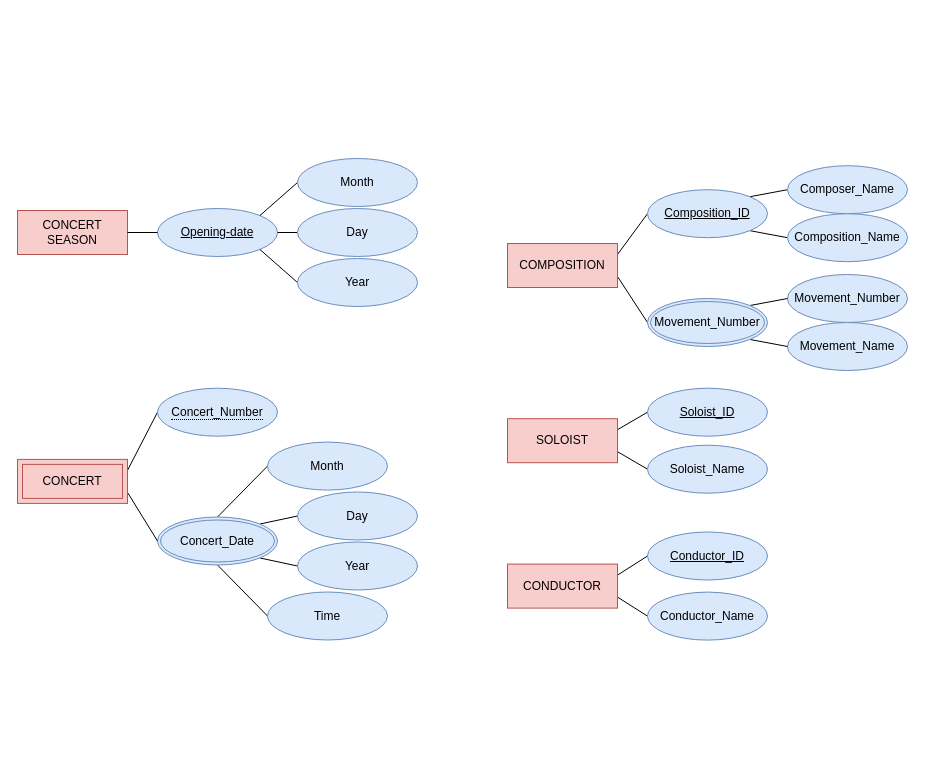
alicejimmy/2022-Bioinformatics-and-Medical-Databases-HW keeps this draw.io diagram as page "交響樂團資料庫2" (2 of 4) of HW1/HW1.drawio. Above is the earlier version. Source tidied: cells renumbered, new cells numbered last; positions are measured from the earlier drawing's top-left corner, leaving out a move shared by most shapes. Both pictures are drawn from the tidied source at 100%, with x=0, y=0 at pixel (17, 158).
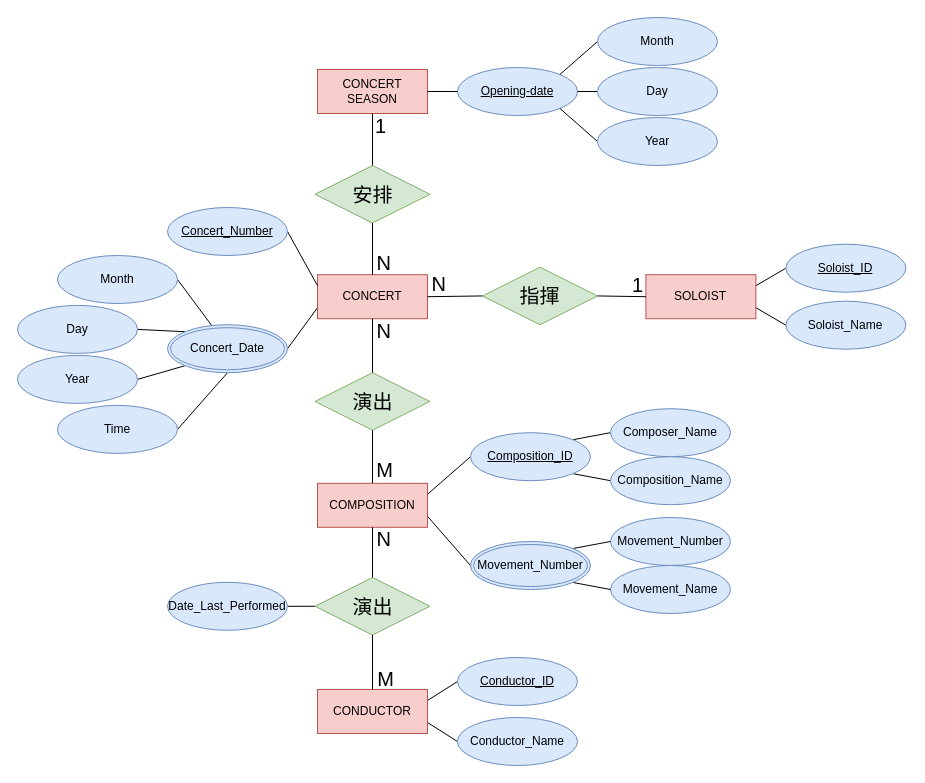
The same page after the edit.

What changed in the source:
```diff
@@
     <mxCell id="2" value="CONCERT SEASON" style="whiteSpace=wrap;html=1;align=center;fillColor=#f8cecc;strokeColor=#b85450;" parent="1" vertex="1">
-      <mxGeometry y="52" width="110" height="44" as="geometry" />
+      <mxGeometry x="300" y="-89" width="110" height="44" as="geometry" />
     </mxCell>
@@
     <mxCell id="5" value="COMPOSITION" style="whiteSpace=wrap;html=1;align=center;fillColor=#f8cecc;strokeColor=#b85450;" parent="1" vertex="1">
-      <mxGeometry x="490" y="85" width="110" height="44" as="geometry" />
+      <mxGeometry x="300" y="324.8" width="110" height="44" as="geometry" />
     </mxCell>
@@
     <mxCell id="8" value="CONDUCTOR" style="whiteSpace=wrap;html=1;align=center;fillColor=#f8cecc;strokeColor=#b85450;" parent="1" vertex="1">
-      <mxGeometry x="490" y="405.6" width="110" height="44" as="geometry" />
+      <mxGeometry x="300" y="531" width="110" height="44" as="geometry" />
     </mxCell>
@@
     <mxCell id="11" value="SOLOIST" style="whiteSpace=wrap;html=1;align=center;fillColor=#f8cecc;strokeColor=#b85450;" parent="1" vertex="1">
-      <mxGeometry x="490" y="260.2" width="110" height="44" as="geometry" />
+      <mxGeometry x="628.4" y="116.2" width="110" height="44" as="geometry" />
     </mxCell>
     <mxCell id="12" value="Opening-date" style="ellipse;whiteSpace=wrap;html=1;align=center;fontStyle=4;labelBackgroundColor=none;fillColor=#dae8fc;strokeColor=#6c8ebf;shadow=0;sketch=0;" parent="1" vertex="1">
-      <mxGeometry x="140" y="50" width="120" height="48" as="geometry" />
+      <mxGeometry x="440" y="-91" width="120" height="48" as="geometry" />
     </mxCell>
@@
     <mxCell id="14" value="Month" style="ellipse;whiteSpace=wrap;html=1;align=center;labelBackgroundColor=none;fillColor=#dae8fc;strokeColor=#6c8ebf;shadow=0;sketch=0;" parent="1" vertex="1">
-      <mxGeometry x="280" width="120" height="48" as="geometry" />
+      <mxGeometry x="580" y="-141" width="120" height="48" as="geometry" />
     </mxCell>
@@
     <mxCell id="16" value="Day" style="ellipse;whiteSpace=wrap;html=1;align=center;labelBackgroundColor=none;fillColor=#dae8fc;strokeColor=#6c8ebf;shadow=0;sketch=0;" parent="1" vertex="1">
-      <mxGeometry x="280" y="50" width="120" height="48" as="geometry" />
+      <mxGeometry x="580" y="-91" width="120" height="48" as="geometry" />
     </mxCell>
@@
     <mxCell id="18" value="Year" style="ellipse;whiteSpace=wrap;html=1;align=center;labelBackgroundColor=none;fillColor=#dae8fc;strokeColor=#6c8ebf;shadow=0;sketch=0;" parent="1" vertex="1">
-      <mxGeometry x="280" y="100" width="120" height="48" as="geometry" />
+      <mxGeometry x="580" y="-41" width="120" height="48" as="geometry" />
     </mxCell>
-    <mxCell id="19" style="edgeStyle=none;rounded=0;jettySize=auto;html=1;exitX=0;exitY=0.5;exitDx=0;exitDy=0;entryX=0.5;entryY=0;entryDx=0;entryDy=0;endArrow=none;endFill=0;" parent="1" edge="1" source="20" target="27">
-      <mxGeometry relative="1" as="geometry" />
-    </mxCell>
-    <mxCell id="20" value="Month" style="ellipse;whiteSpace=wrap;html=1;align=center;labelBackgroundColor=none;fillColor=#dae8fc;strokeColor=#6c8ebf;shadow=0;sketch=0;" parent="1" vertex="1">
-      <mxGeometry x="250" y="283.6" width="120" height="48" as="geometry" />
-    </mxCell>
-    <mxCell id="21" style="edgeStyle=none;rounded=0;jettySize=auto;html=1;exitX=0;exitY=0.5;exitDx=0;exitDy=0;endArrow=none;endFill=0;entryX=1;entryY=0;entryDx=0;entryDy=0;" parent="1" edge="1" source="22" target="27">
-      <mxGeometry relative="1" as="geometry" />
-    </mxCell>
-    <mxCell id="22" value="Day" style="ellipse;whiteSpace=wrap;html=1;align=center;labelBackgroundColor=none;fillColor=#dae8fc;strokeColor=#6c8ebf;shadow=0;sketch=0;" parent="1" vertex="1">
-      <mxGeometry x="280" y="333.5" width="120" height="48" as="geometry" />
-    </mxCell>
-    <mxCell id="23" style="edgeStyle=none;rounded=0;jettySize=auto;html=1;exitX=0;exitY=0.5;exitDx=0;exitDy=0;endArrow=none;endFill=0;entryX=1;entryY=1;entryDx=0;entryDy=0;" parent="1" edge="1" source="24" target="27">
-      <mxGeometry relative="1" as="geometry" />
-    </mxCell>
-    <mxCell id="24" value="Year" style="ellipse;whiteSpace=wrap;html=1;align=center;labelBackgroundColor=none;fillColor=#dae8fc;strokeColor=#6c8ebf;shadow=0;sketch=0;" parent="1" vertex="1">
-      <mxGeometry x="280" y="383.5" width="120" height="48" as="geometry" />
-    </mxCell>
-    <mxCell id="25" style="edgeStyle=none;rounded=0;jettySize=auto;html=1;exitX=0;exitY=0.5;exitDx=0;exitDy=0;entryX=0.5;entryY=1;entryDx=0;entryDy=0;endArrow=none;endFill=0;" parent="1" edge="1" source="26" target="27">
-      <mxGeometry relative="1" as="geometry" />
-    </mxCell>
-    <mxCell id="26" value="Time" style="ellipse;whiteSpace=wrap;html=1;align=center;labelBackgroundColor=none;fillColor=#dae8fc;strokeColor=#6c8ebf;shadow=0;sketch=0;" parent="1" vertex="1">
-      <mxGeometry x="250" y="433.5" width="120" height="48" as="geometry" />
-    </mxCell>
-    <mxCell id="27" value="Concert_Date" style="ellipse;shape=doubleEllipse;margin=3;whiteSpace=wrap;html=1;align=center;labelBackgroundColor=none;fillColor=#dae8fc;strokeColor=#6c8ebf;shadow=0;sketch=0;" parent="1" vertex="1">
-      <mxGeometry x="140" y="358.5" width="120" height="48" as="geometry" />
-    </mxCell>
@@
     <mxCell id="30" value="Composition_ID" style="ellipse;whiteSpace=wrap;html=1;align=center;fontStyle=4;labelBackgroundColor=none;fillColor=#dae8fc;strokeColor=#6c8ebf;shadow=0;sketch=0;" parent="1" vertex="1">
-      <mxGeometry x="630" y="31.2" width="120" height="48" as="geometry" />
+      <mxGeometry x="453" y="274.2" width="120" height="48" as="geometry" />
     </mxCell>
     <mxCell id="31" value="Composer_Name" style="ellipse;whiteSpace=wrap;html=1;align=center;labelBackgroundColor=none;fillColor=#dae8fc;strokeColor=#6c8ebf;shadow=0;sketch=0;" parent="1" vertex="1">
-      <mxGeometry x="770" y="7.2" width="120" height="48" as="geometry" />
+      <mxGeometry x="593" y="250.2" width="120" height="48" as="geometry" />
     </mxCell>
     <mxCell id="32" value="Composition_Name" style="ellipse;whiteSpace=wrap;html=1;align=center;labelBackgroundColor=none;fillColor=#dae8fc;strokeColor=#6c8ebf;shadow=0;sketch=0;" parent="1" vertex="1">
-      <mxGeometry x="770" y="55.2" width="120" height="48" as="geometry" />
+      <mxGeometry x="593" y="298.2" width="120" height="48" as="geometry" />
     </mxCell>
     <mxCell id="33" value="Movement_Number" style="ellipse;whiteSpace=wrap;html=1;align=center;labelBackgroundColor=none;fillColor=#dae8fc;strokeColor=#6c8ebf;shadow=0;sketch=0;" parent="1" vertex="1">
-      <mxGeometry x="770" y="116" width="120" height="48" as="geometry" />
+      <mxGeometry x="593" y="359" width="120" height="48" as="geometry" />
     </mxCell>
     <mxCell id="34" value="Movement_Name" style="ellipse;whiteSpace=wrap;html=1;align=center;labelBackgroundColor=none;fillColor=#dae8fc;strokeColor=#6c8ebf;shadow=0;sketch=0;" parent="1" vertex="1">
-      <mxGeometry x="770" y="164" width="120" height="48" as="geometry" />
+      <mxGeometry x="593" y="407" width="120" height="48" as="geometry" />
     </mxCell>
@@
     <mxCell id="37" value="Movement_Number" style="ellipse;shape=doubleEllipse;margin=3;whiteSpace=wrap;html=1;align=center;labelBackgroundColor=none;fillColor=#dae8fc;strokeColor=#6c8ebf;shadow=0;sketch=0;" parent="1" vertex="1">
-      <mxGeometry x="630" y="140" width="120" height="48" as="geometry" />
+      <mxGeometry x="453" y="383" width="120" height="48" as="geometry" />
     </mxCell>
     <mxCell id="38" value="Conductor_ID" style="ellipse;whiteSpace=wrap;html=1;align=center;fontStyle=4;labelBackgroundColor=none;fillColor=#dae8fc;strokeColor=#6c8ebf;shadow=0;sketch=0;" parent="1" vertex="1">
-      <mxGeometry x="630" y="373.5" width="120" height="48" as="geometry" />
+      <mxGeometry x="440" y="499" width="120" height="48" as="geometry" />
     </mxCell>
     <mxCell id="39" value="Conductor_Name" style="ellipse;whiteSpace=wrap;html=1;align=center;labelBackgroundColor=none;fillColor=#dae8fc;strokeColor=#6c8ebf;shadow=0;sketch=0;" parent="1" vertex="1">
-      <mxGeometry x="630" y="433.6" width="120" height="48" as="geometry" />
+      <mxGeometry x="440" y="559" width="120" height="48" as="geometry" />
     </mxCell>
     <mxCell id="40" value="Soloist_ID" style="ellipse;whiteSpace=wrap;html=1;align=center;fontStyle=4;labelBackgroundColor=none;fillColor=#dae8fc;strokeColor=#6c8ebf;shadow=0;sketch=0;" parent="1" vertex="1">
-      <mxGeometry x="630" y="229.7" width="120" height="48" as="geometry" />
+      <mxGeometry x="768.4" y="85.7" width="120" height="48" as="geometry" />
     </mxCell>
     <mxCell id="41" value="Soloist_Name" style="ellipse;whiteSpace=wrap;html=1;align=center;labelBackgroundColor=none;fillColor=#dae8fc;strokeColor=#6c8ebf;shadow=0;sketch=0;" parent="1" vertex="1">
-      <mxGeometry x="630" y="286.7" width="120" height="48" as="geometry" />
+      <mxGeometry x="768.4" y="142.7" width="120" height="48" as="geometry" />
     </mxCell>
-    <mxCell id="42" style="edgeStyle=none;rounded=0;jettySize=auto;html=1;exitX=1;exitY=0.25;exitDx=0;exitDy=0;entryX=0;entryY=0.5;entryDx=0;entryDy=0;endArrow=none;endFill=0;" parent="1" edge="1" source="44" target="45">
-      <mxGeometry relative="1" as="geometry" />
-    </mxCell>
-    <mxCell id="43" style="edgeStyle=none;rounded=0;jettySize=auto;html=1;exitX=1;exitY=0.75;exitDx=0;exitDy=0;entryX=0;entryY=0.5;entryDx=0;entryDy=0;endArrow=none;endFill=0;" parent="1" edge="1" source="44" target="27">
-      <mxGeometry relative="1" as="geometry" />
-    </mxCell>
-    <mxCell id="44" value="CONCERT" style="shape=ext;margin=3;double=1;whiteSpace=wrap;html=1;align=center;fillColor=#f8cecc;strokeColor=#b85450;" parent="1" vertex="1">
-      <mxGeometry y="300.9" width="110" height="44" as="geometry" />
-    </mxCell>
-    <mxCell id="45" value="&lt;span style=&quot;border-bottom: 1px dotted&quot;&gt;Concert_Number&lt;/span&gt;" style="ellipse;whiteSpace=wrap;html=1;align=center;labelBackgroundColor=none;fillColor=#dae8fc;strokeColor=#6c8ebf;shadow=0;sketch=0;" parent="1" vertex="1">
-      <mxGeometry x="140" y="229.7" width="120" height="48" as="geometry" />
-    </mxCell>
@@
     <mxCell id="47" style="edgeStyle=none;rounded=0;orthogonalLoop=1;jettySize=auto;html=1;exitX=0.5;exitY=1;exitDx=0;exitDy=0;endArrow=none;endFill=0;" parent="1" edge="1">
       <mxGeometry relative="1" as="geometry">
-        <mxPoint x="740" as="sourcePoint" />
-        <mxPoint x="740" as="targetPoint" />
+        <mxPoint x="563" y="243" as="sourcePoint" />
+        <mxPoint x="563" y="243" as="targetPoint" />
       </mxGeometry>
     </mxCell>
+    <mxCell id="48" value="演出" style="shape=rhombus;perimeter=rhombusPerimeter;whiteSpace=wrap;html=1;align=center;shadow=0;labelBackgroundColor=none;sketch=0;fontSize=20;fillColor=#d5e8d4;strokeColor=#82b366;" parent="1" vertex="1">
+      <mxGeometry x="297.5" y="419" width="115" height="57.5" as="geometry" />
+    </mxCell>
+    <mxCell id="19" style="edgeStyle=none;rounded=0;jettySize=auto;html=1;exitX=1;exitY=0.5;exitDx=0;exitDy=0;fontSize=20;endArrow=none;endFill=0;entryX=0.368;entryY=0.016;entryDx=0;entryDy=0;entryPerimeter=0;" parent="1" edge="1" source="20" target="27">
+      <mxGeometry relative="1" as="geometry" />
+    </mxCell>
+    <mxCell id="20" value="Month" style="ellipse;whiteSpace=wrap;html=1;align=center;labelBackgroundColor=none;fillColor=#dae8fc;strokeColor=#6c8ebf;shadow=0;sketch=0;direction=east;flipH=0;flipV=0;" parent="1" vertex="1">
+      <mxGeometry x="40" y="97" width="120" height="48" as="geometry" />
+    </mxCell>
+    <mxCell id="21" style="edgeStyle=none;rounded=0;jettySize=auto;html=1;exitX=1;exitY=0.5;exitDx=0;exitDy=0;entryX=0;entryY=0;entryDx=0;entryDy=0;fontSize=20;endArrow=none;endFill=0;" parent="1" edge="1" source="22" target="27">
+      <mxGeometry relative="1" as="geometry" />
+    </mxCell>
+    <mxCell id="22" value="Day" style="ellipse;whiteSpace=wrap;html=1;align=center;labelBackgroundColor=none;fillColor=#dae8fc;strokeColor=#6c8ebf;shadow=0;sketch=0;direction=east;flipH=0;flipV=0;" parent="1" vertex="1">
+      <mxGeometry y="146.9" width="120" height="48" as="geometry" />
+    </mxCell>
+    <mxCell id="23" style="edgeStyle=none;rounded=0;jettySize=auto;html=1;exitX=1;exitY=0.5;exitDx=0;exitDy=0;entryX=0;entryY=1;entryDx=0;entryDy=0;fontSize=20;endArrow=none;endFill=0;" parent="1" edge="1" source="24" target="27">
+      <mxGeometry relative="1" as="geometry" />
+    </mxCell>
+    <mxCell id="24" value="Year" style="ellipse;whiteSpace=wrap;html=1;align=center;labelBackgroundColor=none;fillColor=#dae8fc;strokeColor=#6c8ebf;shadow=0;sketch=0;direction=east;flipH=0;flipV=0;" parent="1" vertex="1">
+      <mxGeometry y="196.9" width="120" height="48" as="geometry" />
+    </mxCell>
+    <mxCell id="25" style="edgeStyle=none;rounded=0;jettySize=auto;html=1;exitX=1;exitY=0.5;exitDx=0;exitDy=0;entryX=0.5;entryY=1;entryDx=0;entryDy=0;fontSize=20;endArrow=none;endFill=0;" parent="1" edge="1" source="26" target="27">
+      <mxGeometry relative="1" as="geometry" />
+    </mxCell>
+    <mxCell id="26" value="Time" style="ellipse;whiteSpace=wrap;html=1;align=center;labelBackgroundColor=none;fillColor=#dae8fc;strokeColor=#6c8ebf;shadow=0;sketch=0;direction=east;flipH=0;flipV=0;" parent="1" vertex="1">
+      <mxGeometry x="40" y="246.9" width="120" height="48" as="geometry" />
+    </mxCell>
+    <mxCell id="49" style="edgeStyle=none;rounded=0;jettySize=auto;html=1;exitX=1;exitY=0.5;exitDx=0;exitDy=0;entryX=0;entryY=0.75;entryDx=0;entryDy=0;fontSize=20;endArrow=none;endFill=0;" parent="1" edge="1" source="27" target="44">
+      <mxGeometry relative="1" as="geometry" />
+    </mxCell>
+    <mxCell id="27" value="Concert_Date" style="ellipse;shape=doubleEllipse;margin=3;whiteSpace=wrap;html=1;align=center;labelBackgroundColor=none;fillColor=#dae8fc;strokeColor=#6c8ebf;shadow=0;sketch=0;direction=east;flipH=0;flipV=0;" parent="1" vertex="1">
+      <mxGeometry x="150" y="166.2" width="120" height="48" as="geometry" />
+    </mxCell>
+    <mxCell id="44" value="CONCERT" style="whiteSpace=wrap;html=1;align=center;fillColor=#f8cecc;strokeColor=#b85450;flipH=0;flipV=0;" parent="1" vertex="1">
+      <mxGeometry x="300" y="116.2" width="110" height="44" as="geometry" />
+    </mxCell>
+    <mxCell id="50" style="edgeStyle=none;rounded=0;jettySize=auto;html=1;exitX=1;exitY=0.5;exitDx=0;exitDy=0;entryX=0;entryY=0.25;entryDx=0;entryDy=0;fontSize=20;endArrow=none;endFill=0;" parent="1" edge="1" source="45" target="44">
+      <mxGeometry relative="1" as="geometry" />
+    </mxCell>
+    <mxCell id="45" value="Concert_Number" style="ellipse;whiteSpace=wrap;html=1;align=center;fontStyle=4;labelBackgroundColor=none;fillColor=#dae8fc;strokeColor=#6c8ebf;shadow=0;sketch=0;direction=east;flipH=0;flipV=0;" parent="1" vertex="1">
+      <mxGeometry x="150" y="49" width="120" height="48" as="geometry" />
+    </mxCell>
+    <mxCell id="51" value="安排" style="shape=rhombus;perimeter=rhombusPerimeter;whiteSpace=wrap;html=1;align=center;shadow=0;labelBackgroundColor=none;sketch=0;fontSize=20;fillColor=#d5e8d4;strokeColor=#82b366;" parent="1" vertex="1">
+      <mxGeometry x="297.5" y="7" width="115" height="57.5" as="geometry" />
+    </mxCell>
+    <mxCell id="52" value="演出" style="shape=rhombus;perimeter=rhombusPerimeter;whiteSpace=wrap;html=1;align=center;shadow=0;labelBackgroundColor=none;sketch=0;fontSize=20;fillColor=#d5e8d4;strokeColor=#82b366;" parent="1" vertex="1">
+      <mxGeometry x="297.5" y="214.2" width="115" height="57.5" as="geometry" />
+    </mxCell>
+    <mxCell id="53" value="指揮" style="shape=rhombus;perimeter=rhombusPerimeter;whiteSpace=wrap;html=1;align=center;shadow=0;labelBackgroundColor=none;sketch=0;fontSize=20;fillColor=#d5e8d4;strokeColor=#82b366;" parent="1" vertex="1">
+      <mxGeometry x="465" y="108.7" width="115" height="57.5" as="geometry" />
+    </mxCell>
+    <mxCell id="54" style="endArrow=none;html=1;rounded=0;fontSize=20;exitX=0.5;exitY=1;exitDx=0;exitDy=0;entryX=0.5;entryY=0;entryDx=0;entryDy=0;" parent="1" edge="1" source="51" target="44">
+      <mxGeometry relative="1" as="geometry" />
+    </mxCell>
+    <mxCell id="55" value="N" style="html=1;align=right;verticalAlign=bottom;shadow=0;labelBackgroundColor=none;sketch=0;fontSize=20;" parent="54" vertex="1">
+      <mxGeometry x="1" relative="1" as="geometry">
+        <mxPoint x="19" y="1" as="offset" />
+      </mxGeometry>
+    </mxCell>
+    <mxCell id="56" style="endArrow=none;html=1;rounded=0;fontSize=20;exitX=0.5;exitY=0;exitDx=0;exitDy=0;entryX=0.5;entryY=1;entryDx=0;entryDy=0;" parent="1" edge="1" source="51" target="2">
+      <mxGeometry relative="1" as="geometry" />
+    </mxCell>
+    <mxCell id="57" value="1" style="html=1;align=right;verticalAlign=bottom;shadow=0;labelBackgroundColor=none;sketch=0;fontSize=20;" parent="56" vertex="1">
+      <mxGeometry x="1" relative="1" as="geometry">
+        <mxPoint x="14" y="26" as="offset" />
+      </mxGeometry>
+    </mxCell>
+    <mxCell id="58" style="endArrow=none;html=1;rounded=0;fontSize=20;exitX=0.5;exitY=0;exitDx=0;exitDy=0;entryX=0.5;entryY=1;entryDx=0;entryDy=0;" parent="1" edge="1" source="52" target="44">
+      <mxGeometry relative="1" as="geometry" />
+    </mxCell>
+    <mxCell id="59" value="N" style="html=1;align=right;verticalAlign=bottom;shadow=0;labelBackgroundColor=none;sketch=0;fontSize=20;" parent="58" vertex="1">
+      <mxGeometry x="1" relative="1" as="geometry">
+        <mxPoint x="19" y="26" as="offset" />
+      </mxGeometry>
+    </mxCell>
+    <mxCell id="60" style="endArrow=none;html=1;rounded=0;fontSize=20;exitX=0.5;exitY=1;exitDx=0;exitDy=0;entryX=0.5;entryY=0;entryDx=0;entryDy=0;" parent="1" edge="1" source="52" target="5">
+      <mxGeometry relative="1" as="geometry" />
+    </mxCell>
+    <mxCell id="61" value="M" style="html=1;align=right;verticalAlign=bottom;shadow=0;labelBackgroundColor=none;sketch=0;fontSize=20;" parent="60" vertex="1">
+      <mxGeometry x="1" relative="1" as="geometry">
+        <mxPoint x="21" as="offset" />
+      </mxGeometry>
+    </mxCell>
+    <mxCell id="62" style="endArrow=none;html=1;rounded=0;fontSize=20;exitX=1;exitY=0.5;exitDx=0;exitDy=0;entryX=0;entryY=0.5;entryDx=0;entryDy=0;" parent="1" edge="1" source="53" target="11">
+      <mxGeometry relative="1" as="geometry" />
+    </mxCell>
+    <mxCell id="63" value="1" style="html=1;align=right;verticalAlign=bottom;shadow=0;labelBackgroundColor=none;sketch=0;fontSize=20;" parent="62" vertex="1">
+      <mxGeometry x="1" relative="1" as="geometry">
+        <mxPoint x="-2" y="2" as="offset" />
+      </mxGeometry>
+    </mxCell>
+    <mxCell id="64" style="endArrow=none;html=1;rounded=0;fontSize=20;entryX=1;entryY=0.5;entryDx=0;entryDy=0;exitX=0;exitY=0.5;exitDx=0;exitDy=0;" parent="1" edge="1" source="53" target="44">
+      <mxGeometry relative="1" as="geometry" />
+    </mxCell>
+    <mxCell id="65" value="N" style="html=1;align=right;verticalAlign=bottom;shadow=0;labelBackgroundColor=none;sketch=0;fontSize=20;" parent="64" vertex="1">
+      <mxGeometry x="1" relative="1" as="geometry">
+        <mxPoint x="19" y="1" as="offset" />
+      </mxGeometry>
+    </mxCell>
+    <mxCell id="66" style="endArrow=none;html=1;rounded=0;fontSize=20;exitX=0.5;exitY=0;exitDx=0;exitDy=0;entryX=0.5;entryY=1;entryDx=0;entryDy=0;" parent="1" edge="1" source="48" target="5">
+      <mxGeometry relative="1" as="geometry" />
+    </mxCell>
+    <mxCell id="67" value="N" style="html=1;align=right;verticalAlign=bottom;shadow=0;labelBackgroundColor=none;sketch=0;fontSize=20;" parent="66" vertex="1">
+      <mxGeometry x="1" relative="1" as="geometry">
+        <mxPoint x="19" y="25" as="offset" />
+      </mxGeometry>
+    </mxCell>
+    <mxCell id="68" style="endArrow=none;html=1;rounded=0;fontSize=20;entryX=0.5;entryY=0;entryDx=0;entryDy=0;exitX=0.5;exitY=1;exitDx=0;exitDy=0;" parent="1" edge="1" source="48" target="8">
+      <mxGeometry relative="1" as="geometry" />
+    </mxCell>
+    <mxCell id="69" value="M" style="html=1;align=right;verticalAlign=bottom;shadow=0;labelBackgroundColor=none;sketch=0;fontSize=20;" parent="68" vertex="1">
+      <mxGeometry x="1" relative="1" as="geometry">
+        <mxPoint x="22" y="2" as="offset" />
+      </mxGeometry>
+    </mxCell>
+    <mxCell id="70" style="edgeStyle=none;rounded=0;jettySize=auto;html=1;exitX=1;exitY=0.5;exitDx=0;exitDy=0;entryX=0;entryY=0.5;entryDx=0;entryDy=0;fontSize=20;endArrow=none;endFill=0;" parent="1" edge="1" source="71" target="48">
+      <mxGeometry relative="1" as="geometry" />
+    </mxCell>
+    <mxCell id="71" value="Date_Last_Performed" style="ellipse;whiteSpace=wrap;html=1;align=center;labelBackgroundColor=none;fillColor=#dae8fc;strokeColor=#6c8ebf;shadow=0;sketch=0;" parent="1" vertex="1">
+      <mxGeometry x="150" y="423.8" width="120" height="48" as="geometry" />
+    </mxCell>
```
